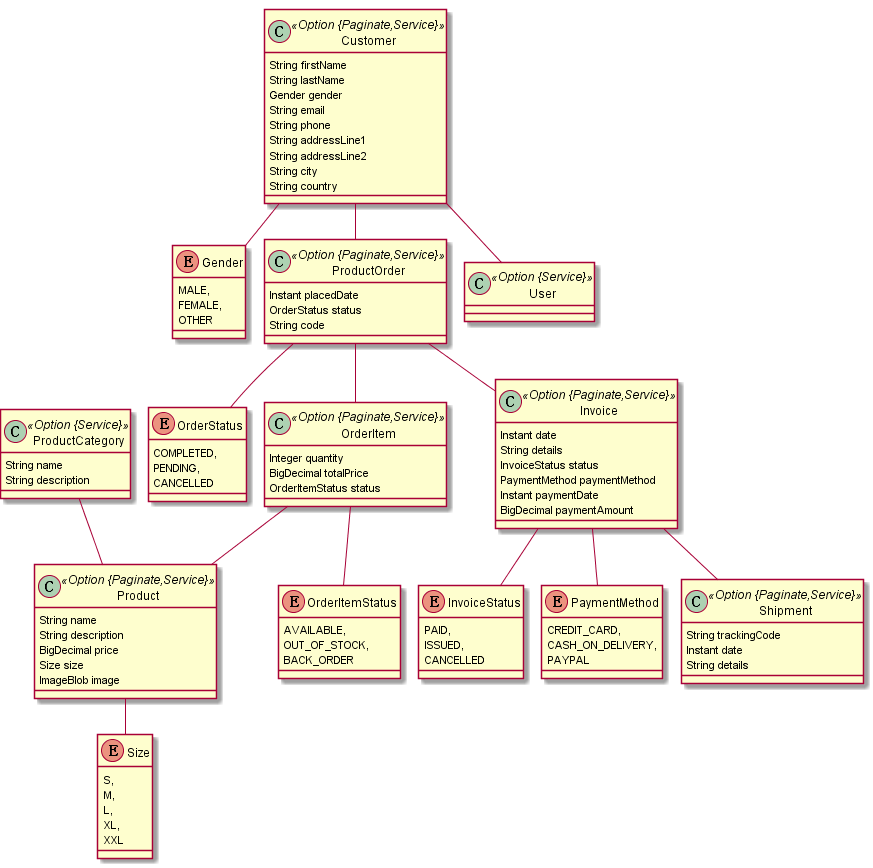
Before: online-store.png, a diagram exported from PlantUML (renliangbo/online-store).
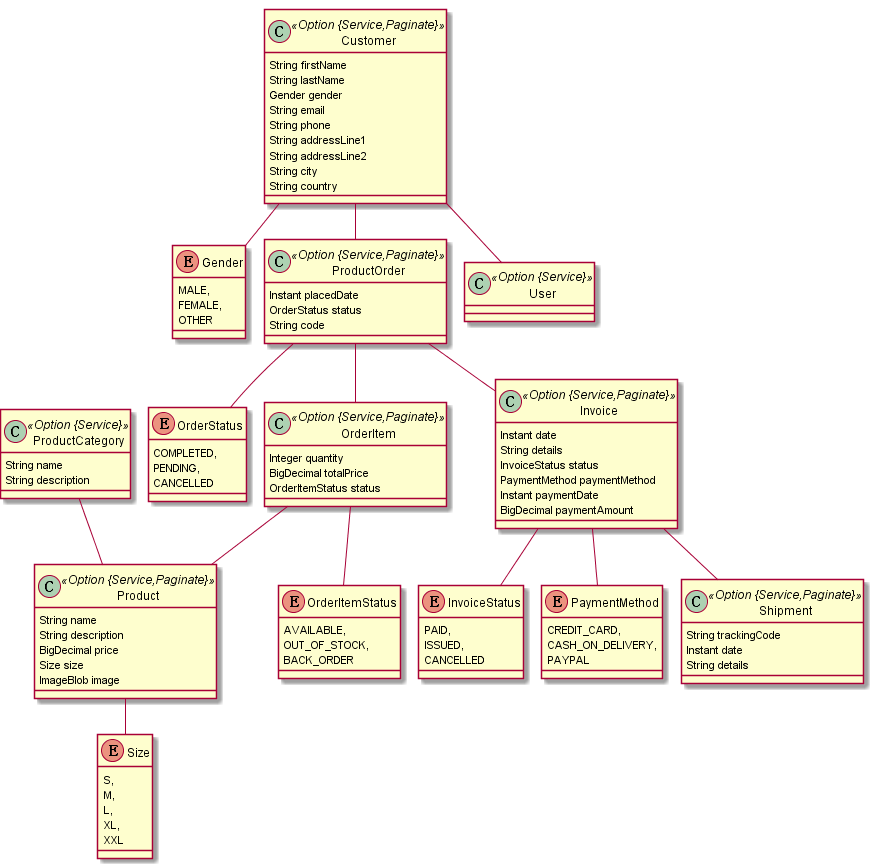
Later version of the same file.

Change to the diagram source:
```diff
@@ -1,7 +1,7 @@
 @startuml
 	!pragma graphviz_dot jdot
 	!pragma syntax class
-	class Product <<Option {Paginate,Service}>> {
+	class Product <<Option {Service,Paginate}>> {
 		String name
 		String description
 		BigDecimal price
@@ -20,7 +20,7 @@
 		String name
 		String description
 	}
-	class Customer <<Option {Paginate,Service}>> {
+	class Customer <<Option {Service,Paginate}>> {
 		String firstName
 		String lastName
 		Gender gender
@@ -37,7 +37,7 @@
 		FEMALE,
 		OTHER
 	}
-	class ProductOrder <<Option {Paginate,Service}>> {
+	class ProductOrder <<Option {Service,Paginate}>> {
 		Instant placedDate
 		OrderStatus status
 		String code
@@ -48,7 +48,7 @@
 		PENDING,
 		CANCELLED
 	}
-	class OrderItem <<Option {Paginate,Service}>> {
+	class OrderItem <<Option {Service,Paginate}>> {
 		Integer quantity
 		BigDecimal totalPrice
 		OrderItemStatus status
@@ -59,7 +59,7 @@
 		OUT_OF_STOCK,
 		BACK_ORDER
 	}
-	class Invoice <<Option {Paginate,Service}>> {
+	class Invoice <<Option {Service,Paginate}>> {
 		Instant date
 		String details
 		InvoiceStatus status
@@ -79,7 +79,7 @@
 		CASH_ON_DELIVERY,
 		PAYPAL
 	}
-	class Shipment <<Option {Paginate,Service}>> {
+	class Shipment <<Option {Service,Paginate}>> {
 		String trackingCode
 		Instant date
 		String details
```
